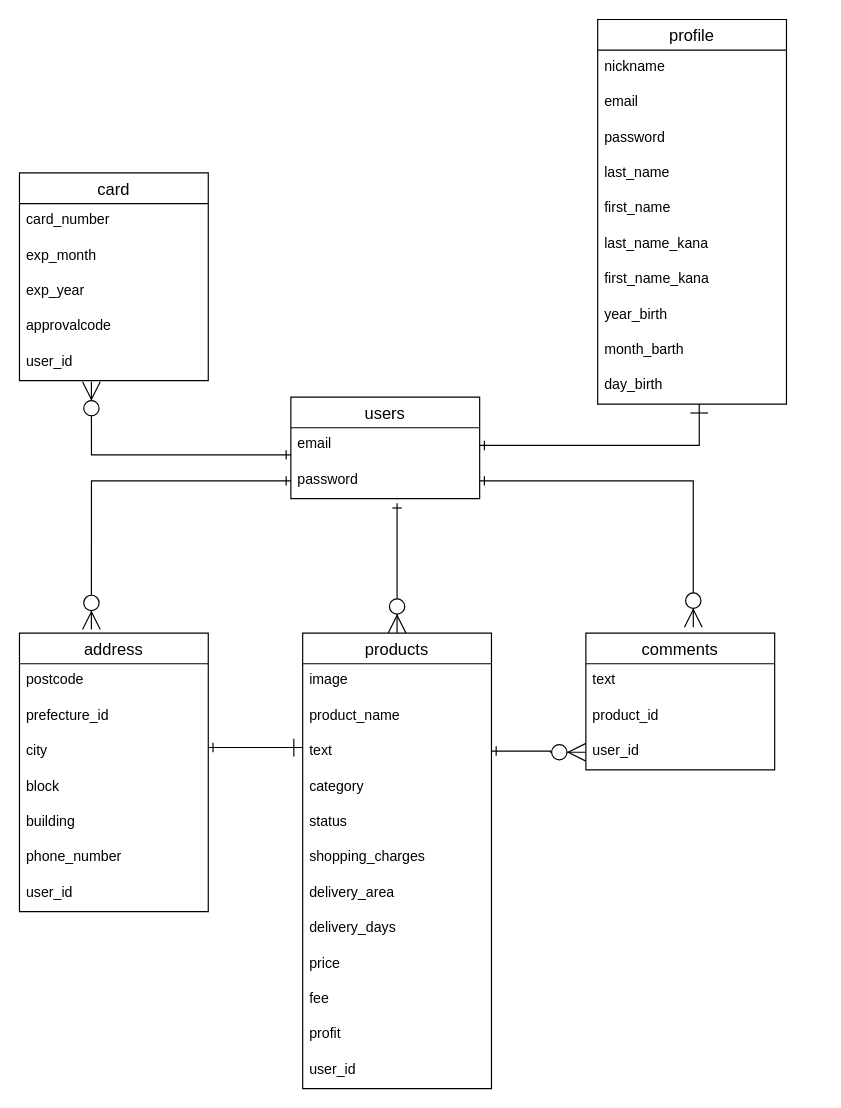
The draw.io diagram furima_ER.dio in taro0712/furima-34959, before the edit. Source tidied: cells renumbered, new cells numbered last; positions are measured from the earlier drawing's top-left corner, leaving out a move shared by most shapes. Both pictures are drawn from the tidied source at 118%, with x=0, y=0 at pixel (19, 19).
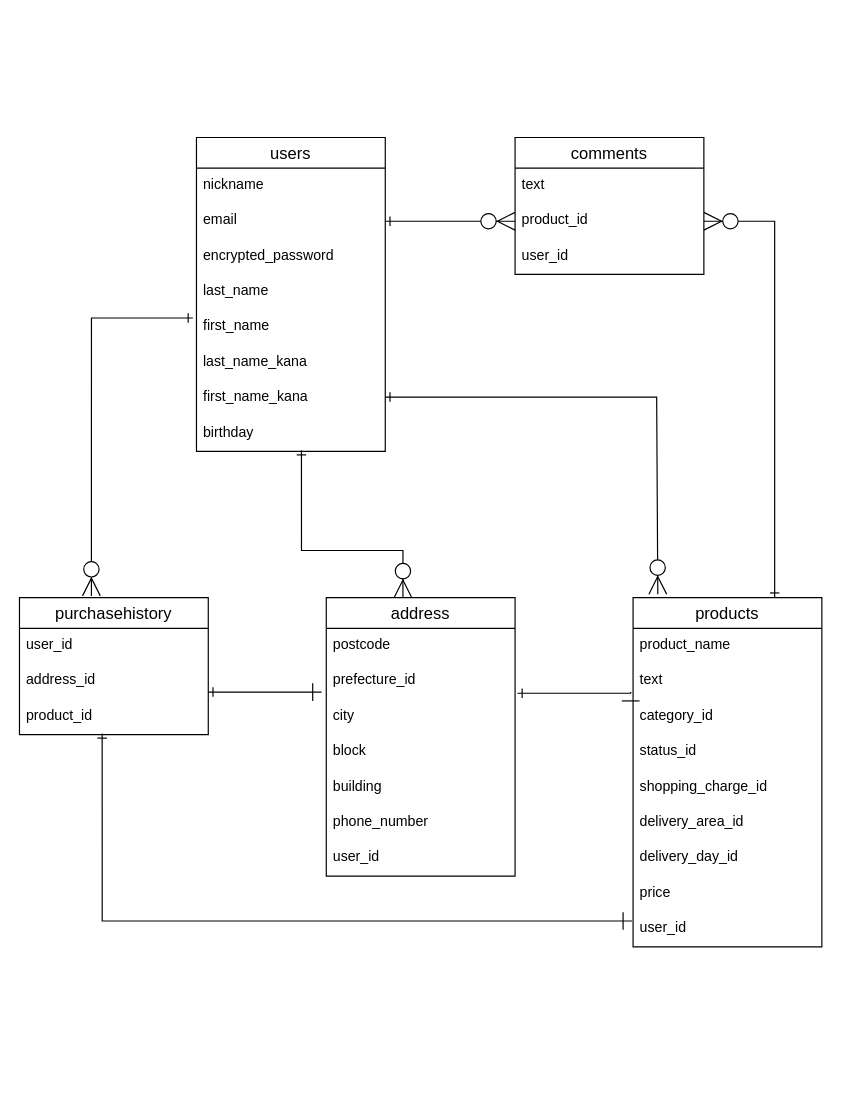
After the change.

Commit message (it also covers changes not shown here):
1回目14件の指摘修正

The change refers to these unchanged cells:
```xml
<mxCell id="34" value="product_id" style="text;strokeColor=none;fillColor=none;spacingLeft=4;spacingRight=4;overflow=hidden;points=[[0,0.5],[1,0.5]];portConstraint=eastwest;fontSize=12;" parent="32" vertex="1">
  <mxGeometry y="56" width="160" height="30" as="geometry" />
</mxCell>
<mxCell id="35" value="user_id" style="text;strokeColor=none;fillColor=none;spacingLeft=4;spacingRight=4;overflow=hidden;points=[[0,0.5],[1,0.5]];portConstraint=eastwest;fontSize=12;" parent="32" vertex="1">
  <mxGeometry y="86" width="160" height="30" as="geometry" />
</mxCell>
```

Diff of the diagram source:
```diff
@@
-    <mxCell id="2" value="users" style="swimlane;fontStyle=0;horizontal=1;startSize=26;align=center;fontSize=14;" parent="1" vertex="1">
-      <mxGeometry x="230" y="320" width="160" height="86" as="geometry" />
-    </mxCell>
-    <mxCell id="3" value="email" style="text;strokeColor=none;fillColor=none;spacingLeft=4;spacingRight=4;overflow=hidden;points=[[0,0.5],[1,0.5]];portConstraint=eastwest;fontSize=12;" parent="2" vertex="1">
-      <mxGeometry y="26" width="160" height="30" as="geometry" />
-    </mxCell>
-    <mxCell id="4" value="password" style="text;strokeColor=none;fillColor=none;spacingLeft=4;spacingRight=4;overflow=hidden;points=[[0,0.5],[1,0.5]];portConstraint=eastwest;fontSize=12;" parent="2" vertex="1">
-      <mxGeometry y="56" width="160" height="30" as="geometry" />
-    </mxCell>
-    <mxCell id="5" value="card" style="swimlane;fontStyle=0;horizontal=1;startSize=26;align=center;fontSize=14;" parent="1" vertex="1">
-      <mxGeometry y="130" width="160" height="176" as="geometry" />
-    </mxCell>
-    <mxCell id="6" value="card_number" style="text;strokeColor=none;fillColor=none;spacingLeft=4;spacingRight=4;overflow=hidden;fontSize=12;" parent="5" vertex="1">
-      <mxGeometry y="26" width="160" height="30" as="geometry" />
-    </mxCell>
-    <mxCell id="7" value="exp_month" style="text;strokeColor=none;fillColor=none;spacingLeft=4;spacingRight=4;overflow=hidden;fontSize=12;" parent="5" vertex="1">
-      <mxGeometry y="56" width="160" height="30" as="geometry" />
-    </mxCell>
-    <mxCell id="8" value="exp_year" style="text;strokeColor=none;fillColor=none;spacingLeft=4;spacingRight=4;overflow=hidden;fontSize=12;" parent="5" vertex="1">
-      <mxGeometry y="86" width="160" height="30" as="geometry" />
-    </mxCell>
-    <mxCell id="9" value="approvalcode" style="text;strokeColor=none;fillColor=none;spacingLeft=4;spacingRight=4;overflow=hidden;fontSize=12;" parent="5" vertex="1">
-      <mxGeometry y="116" width="160" height="30" as="geometry" />
-    </mxCell>
-    <mxCell id="10" value="user_id" style="text;strokeColor=none;fillColor=none;spacingLeft=4;spacingRight=4;overflow=hidden;points=[[0,0.5],[1,0.5]];portConstraint=eastwest;fontSize=12;" parent="5" vertex="1">
-      <mxGeometry y="146" width="160" height="30" as="geometry" />
-    </mxCell>
-    <mxCell id="11" value="address" style="swimlane;fontStyle=0;horizontal=1;startSize=26;align=center;fontSize=14;" parent="1" vertex="1">
-      <mxGeometry y="520" width="160" height="236" as="geometry" />
+    <mxCell id="11" value="purchasehistory" style="swimlane;fontStyle=0;horizontal=1;startSize=26;align=center;fontSize=14;" parent="1" vertex="1">
+      <mxGeometry y="490" width="160" height="116" as="geometry" />
     </mxCell>
-    <mxCell id="12" value="postcode" style="text;strokeColor=none;fillColor=none;spacingLeft=4;spacingRight=4;overflow=hidden;fontSize=12;" parent="11" vertex="1">
+    <mxCell id="12" value="user_id" style="text;strokeColor=none;fillColor=none;spacingLeft=4;spacingRight=4;overflow=hidden;fontSize=12;" parent="11" vertex="1">
       <mxGeometry y="26" width="160" height="30" as="geometry" />
     </mxCell>
-    <mxCell id="13" value="prefecture_id" style="text;strokeColor=none;fillColor=none;spacingLeft=4;spacingRight=4;overflow=hidden;fontSize=12;" parent="11" vertex="1">
+    <mxCell id="13" value="address_id" style="text;strokeColor=none;fillColor=none;spacingLeft=4;spacingRight=4;overflow=hidden;fontSize=12;" parent="11" vertex="1">
       <mxGeometry y="56" width="160" height="30" as="geometry" />
     </mxCell>
-    <mxCell id="14" value="city" style="text;strokeColor=none;fillColor=none;spacingLeft=4;spacingRight=4;overflow=hidden;points=[[0,0.5],[1,0.5]];portConstraint=eastwest;fontSize=12;" parent="11" vertex="1">
+    <mxCell id="14" value="product_id" style="text;strokeColor=none;fillColor=none;spacingLeft=4;spacingRight=4;overflow=hidden;points=[[0,0.5],[1,0.5]];portConstraint=eastwest;fontSize=12;" parent="11" vertex="1">
       <mxGeometry y="86" width="160" height="30" as="geometry" />
     </mxCell>
-    <mxCell id="15" value="block" style="text;strokeColor=none;fillColor=none;spacingLeft=4;spacingRight=4;overflow=hidden;fontSize=12;" parent="11" vertex="1">
-      <mxGeometry y="116" width="160" height="30" as="geometry" />
-    </mxCell>
-    <mxCell id="16" value="building" style="text;strokeColor=none;fillColor=none;spacingLeft=4;spacingRight=4;overflow=hidden;fontSize=12;" parent="11" vertex="1">
-      <mxGeometry y="146" width="160" height="30" as="geometry" />
-    </mxCell>
-    <mxCell id="17" value="phone_number" style="text;strokeColor=none;fillColor=none;spacingLeft=4;spacingRight=4;overflow=hidden;fontSize=12;" parent="11" vertex="1">
-      <mxGeometry y="176" width="160" height="30" as="geometry" />
-    </mxCell>
-    <mxCell id="18" value="user_id" style="text;strokeColor=none;fillColor=none;spacingLeft=4;spacingRight=4;overflow=hidden;fontSize=12;" parent="11" vertex="1">
-      <mxGeometry y="206" width="160" height="30" as="geometry" />
-    </mxCell>
     <mxCell id="19" value="products" style="swimlane;fontStyle=0;horizontal=1;startSize=26;align=center;fontSize=14;" parent="1" vertex="1">
-      <mxGeometry x="240" y="520" width="160" height="386" as="geometry" />
+      <mxGeometry x="520" y="490" width="160" height="296" as="geometry" />
     </mxCell>
-    <mxCell id="20" value="image" style="text;strokeColor=none;fillColor=none;spacingLeft=4;spacingRight=4;overflow=hidden;fontSize=12;" parent="19" vertex="1">
-      <mxGeometry y="26" width="160" height="30" as="geometry" />
-    </mxCell>
     <mxCell id="21" value="product_name" style="text;strokeColor=none;fillColor=none;spacingLeft=4;spacingRight=4;overflow=hidden;fontSize=12;" parent="19" vertex="1">
-      <mxGeometry y="56" width="160" height="30" as="geometry" />
+      <mxGeometry y="26" width="160" height="30" as="geometry" />
     </mxCell>
     <mxCell id="22" value="text" style="text;strokeColor=none;fillColor=none;spacingLeft=4;spacingRight=4;overflow=hidden;points=[[0,0.5],[1,0.5]];portConstraint=eastwest;fontSize=12;" parent="19" vertex="1">
-      <mxGeometry y="86" width="160" height="30" as="geometry" />
+      <mxGeometry y="56" width="160" height="30" as="geometry" />
     </mxCell>
-    <mxCell id="23" value="category" style="text;strokeColor=none;fillColor=none;spacingLeft=4;spacingRight=4;overflow=hidden;fontSize=12;" parent="19" vertex="1">
-      <mxGeometry y="116" width="160" height="30" as="geometry" />
+    <mxCell id="23" value="category_id" style="text;strokeColor=none;fillColor=none;spacingLeft=4;spacingRight=4;overflow=hidden;fontSize=12;" parent="19" vertex="1">
+      <mxGeometry y="86" width="160" height="30" as="geometry" />
     </mxCell>
-    <mxCell id="24" value="status" style="text;strokeColor=none;fillColor=none;spacingLeft=4;spacingRight=4;overflow=hidden;fontSize=12;" parent="19" vertex="1">
-      <mxGeometry y="146" width="160" height="30" as="geometry" />
+    <mxCell id="24" value="status_id" style="text;strokeColor=none;fillColor=none;spacingLeft=4;spacingRight=4;overflow=hidden;fontSize=12;" parent="19" vertex="1">
+      <mxGeometry y="116" width="160" height="30" as="geometry" />
     </mxCell>
-    <mxCell id="25" value="shopping_charges" style="text;strokeColor=none;fillColor=none;spacingLeft=4;spacingRight=4;overflow=hidden;fontSize=12;" parent="19" vertex="1">
-      <mxGeometry y="176" width="160" height="30" as="geometry" />
+    <mxCell id="25" value="shopping_charge_id" style="text;strokeColor=none;fillColor=none;spacingLeft=4;spacingRight=4;overflow=hidden;fontSize=12;" parent="19" vertex="1">
+      <mxGeometry y="146" width="160" height="30" as="geometry" />
     </mxCell>
-    <mxCell id="26" value="delivery_area" style="text;strokeColor=none;fillColor=none;spacingLeft=4;spacingRight=4;overflow=hidden;fontSize=12;" parent="19" vertex="1">
-      <mxGeometry y="206" width="160" height="30" as="geometry" />
+    <mxCell id="26" value="delivery_area_id" style="text;strokeColor=none;fillColor=none;spacingLeft=4;spacingRight=4;overflow=hidden;fontSize=12;" parent="19" vertex="1">
+      <mxGeometry y="176" width="160" height="30" as="geometry" />
     </mxCell>
-    <mxCell id="27" value="delivery_days" style="text;strokeColor=none;fillColor=none;spacingLeft=4;spacingRight=4;overflow=hidden;fontSize=12;" parent="19" vertex="1">
-      <mxGeometry y="236" width="160" height="30" as="geometry" />
+    <mxCell id="27" value="delivery_day_id" style="text;strokeColor=none;fillColor=none;spacingLeft=4;spacingRight=4;overflow=hidden;fontSize=12;" parent="19" vertex="1">
+      <mxGeometry y="206" width="160" height="30" as="geometry" />
     </mxCell>
     <mxCell id="28" value="price" style="text;strokeColor=none;fillColor=none;spacingLeft=4;spacingRight=4;overflow=hidden;fontSize=12;" parent="19" vertex="1">
-      <mxGeometry y="266" width="160" height="30" as="geometry" />
+      <mxGeometry y="236" width="160" height="30" as="geometry" />
     </mxCell>
-    <mxCell id="29" value="fee" style="text;strokeColor=none;fillColor=none;spacingLeft=4;spacingRight=4;overflow=hidden;fontSize=12;" parent="19" vertex="1">
-      <mxGeometry y="296" width="160" height="30" as="geometry" />
-    </mxCell>
-    <mxCell id="30" value="profit" style="text;strokeColor=none;fillColor=none;spacingLeft=4;spacingRight=4;overflow=hidden;fontSize=12;" parent="19" vertex="1">
-      <mxGeometry y="326" width="160" height="30" as="geometry" />
-    </mxCell>
     <mxCell id="31" value="user_id" style="text;strokeColor=none;fillColor=none;spacingLeft=4;spacingRight=4;overflow=hidden;points=[[0,0.5],[1,0.5]];portConstraint=eastwest;fontSize=12;" parent="19" vertex="1">
-      <mxGeometry y="356" width="160" height="30" as="geometry" />
+      <mxGeometry y="266" width="160" height="30" as="geometry" />
     </mxCell>
     <mxCell id="32" value="comments" style="swimlane;fontStyle=0;horizontal=1;startSize=26;align=center;fontSize=14;" parent="1" vertex="1">
-      <mxGeometry x="480" y="520" width="160" height="116" as="geometry" />
+      <mxGeometry x="420" y="100" width="160" height="116" as="geometry" />
     </mxCell>
@@
-    <mxCell id="36" value="profile" style="swimlane;fontStyle=0;horizontal=1;startSize=26;align=center;fontSize=14;" parent="1" vertex="1">
-      <mxGeometry x="490" width="160" height="326" as="geometry" />
-    </mxCell>
+    <mxCell id="48" style="edgeStyle=segmentEdgeStyle;endArrow=ERzeroToMany;html=1;startSize=6;endSize=13;exitX=-0.019;exitY=0.233;exitDx=0;exitDy=0;entryX=0.381;entryY=-0.013;entryDx=0;entryDy=0;entryPerimeter=0;rounded=0;endFill=1;startArrow=ERone;startFill=0;exitPerimeter=0;" parent="1" edge="1" source="41" target="11">
+      <mxGeometry relative="1" as="geometry" />
+    </mxCell>
+    <mxCell id="52" style="edgeStyle=segmentEdgeStyle;endArrow=ERone;html=1;startSize=6;endSize=13;exitX=1;exitY=-0.067;exitDx=0;exitDy=0;rounded=0;endFill=0;startArrow=ERone;startFill=0;exitPerimeter=0;entryX=-0.025;entryY=0.767;entryDx=0;entryDy=0;entryPerimeter=0;" parent="1" edge="1" target="58">
+      <mxGeometry relative="1" as="geometry">
+        <mxPoint x="160" y="570" as="sourcePoint" />
+      </mxGeometry>
+    </mxCell>
+    <mxCell id="2" value="users" style="swimlane;fontStyle=0;horizontal=1;startSize=26;align=center;fontSize=14;" parent="1" vertex="1">
+      <mxGeometry x="150" y="100" width="160" height="266" as="geometry" />
+    </mxCell>
-    <mxCell id="37" value="nickname" style="text;strokeColor=none;fillColor=none;spacingLeft=4;spacingRight=4;overflow=hidden;fontSize=12;" parent="36" vertex="1">
+    <mxCell id="37" value="nickname" style="text;strokeColor=none;fillColor=none;spacingLeft=4;spacingRight=4;overflow=hidden;fontSize=12;" parent="2" vertex="1">
       <mxGeometry y="26" width="160" height="30" as="geometry" />
     </mxCell>
-    <mxCell id="38" value="email" style="text;strokeColor=none;fillColor=none;spacingLeft=4;spacingRight=4;overflow=hidden;points=[[0,0.5],[1,0.5]];portConstraint=eastwest;fontSize=12;" parent="36" vertex="1">
+    <mxCell id="38" value="email" style="text;strokeColor=none;fillColor=none;spacingLeft=4;spacingRight=4;overflow=hidden;points=[[0,0.5],[1,0.5]];portConstraint=eastwest;fontSize=12;" parent="2" vertex="1">
       <mxGeometry y="56" width="160" height="30" as="geometry" />
     </mxCell>
-    <mxCell id="39" value="password" style="text;strokeColor=none;fillColor=none;spacingLeft=4;spacingRight=4;overflow=hidden;fontSize=12;" parent="36" vertex="1">
-      <mxGeometry y="86" width="160" height="30" as="geometry" />
-    </mxCell>
+    <mxCell id="54" value="encrypted_password" style="text;strokeColor=none;fillColor=none;spacingLeft=4;spacingRight=4;overflow=hidden;fontSize=12;" parent="2" vertex="1">
+      <mxGeometry y="86" width="160" height="30" as="geometry" />
+    </mxCell>
-    <mxCell id="40" value="last_name" style="text;strokeColor=none;fillColor=none;spacingLeft=4;spacingRight=4;overflow=hidden;fontSize=12;" parent="36" vertex="1">
+    <mxCell id="40" value="last_name" style="text;strokeColor=none;fillColor=none;spacingLeft=4;spacingRight=4;overflow=hidden;fontSize=12;" parent="2" vertex="1">
       <mxGeometry y="116" width="160" height="30" as="geometry" />
     </mxCell>
-    <mxCell id="41" value="first_name" style="text;strokeColor=none;fillColor=none;spacingLeft=4;spacingRight=4;overflow=hidden;points=[[0,0.5],[1,0.5]];portConstraint=eastwest;fontSize=12;" parent="36" vertex="1">
+    <mxCell id="41" value="first_name" style="text;strokeColor=none;fillColor=none;spacingLeft=4;spacingRight=4;overflow=hidden;points=[[0,0.5],[1,0.5]];portConstraint=eastwest;fontSize=12;" parent="2" vertex="1">
       <mxGeometry y="146" width="160" height="30" as="geometry" />
     </mxCell>
-    <mxCell id="42" value="last_name_kana" style="text;strokeColor=none;fillColor=none;spacingLeft=4;spacingRight=4;overflow=hidden;fontSize=12;" parent="36" vertex="1">
+    <mxCell id="42" value="last_name_kana" style="text;strokeColor=none;fillColor=none;spacingLeft=4;spacingRight=4;overflow=hidden;fontSize=12;" parent="2" vertex="1">
       <mxGeometry y="176" width="160" height="30" as="geometry" />
     </mxCell>
-    <mxCell id="43" value="first_name_kana" style="text;strokeColor=none;fillColor=none;spacingLeft=4;spacingRight=4;overflow=hidden;fontSize=12;" parent="36" vertex="1">
+    <mxCell id="43" value="first_name_kana" style="text;strokeColor=none;fillColor=none;spacingLeft=4;spacingRight=4;overflow=hidden;fontSize=12;" parent="2" vertex="1">
       <mxGeometry y="206" width="160" height="30" as="geometry" />
     </mxCell>
-    <mxCell id="44" value="year_birth" style="text;strokeColor=none;fillColor=none;spacingLeft=4;spacingRight=4;overflow=hidden;fontSize=12;" parent="36" vertex="1">
-      <mxGeometry y="236" width="160" height="30" as="geometry" />
-    </mxCell>
-    <mxCell id="45" value="month_barth" style="text;strokeColor=none;fillColor=none;spacingLeft=4;spacingRight=4;overflow=hidden;fontSize=12;" parent="36" vertex="1">
-      <mxGeometry y="266" width="160" height="30" as="geometry" />
-    </mxCell>
-    <mxCell id="46" value="day_birth" style="text;strokeColor=none;fillColor=none;spacingLeft=4;spacingRight=4;overflow=hidden;points=[[0,0.5],[1,0.5]];portConstraint=eastwest;fontSize=12;" parent="36" vertex="1">
-      <mxGeometry y="296" width="160" height="30" as="geometry" />
-    </mxCell>
-    <mxCell id="47" style="edgeStyle=segmentEdgeStyle;endArrow=ERzeroToMany;html=1;startSize=6;endSize=13;entryX=0.381;entryY=1.033;entryDx=0;entryDy=0;entryPerimeter=0;rounded=0;endFill=1;startArrow=ERone;startFill=0;" parent="1" edge="1" target="10">
-      <mxGeometry relative="1" as="geometry">
-        <mxPoint x="230" y="369" as="sourcePoint" />
-      </mxGeometry>
-    </mxCell>
-    <mxCell id="48" style="edgeStyle=segmentEdgeStyle;endArrow=ERzeroToMany;html=1;startSize=6;endSize=13;exitX=0;exitY=0.5;exitDx=0;exitDy=0;entryX=0.381;entryY=-0.013;entryDx=0;entryDy=0;entryPerimeter=0;rounded=0;endFill=1;startArrow=ERone;startFill=0;" parent="1" edge="1" source="4" target="11">
-      <mxGeometry relative="1" as="geometry" />
-    </mxCell>
-    <mxCell id="49" style="edgeStyle=segmentEdgeStyle;endArrow=ERzeroToMany;html=1;startSize=6;endSize=13;rounded=0;endFill=1;startArrow=ERone;startFill=0;entryX=0.5;entryY=0;entryDx=0;entryDy=0;" parent="1" edge="1" target="19">
-      <mxGeometry relative="1" as="geometry">
-        <mxPoint x="320" y="410" as="sourcePoint" />
-      </mxGeometry>
-    </mxCell>
-    <mxCell id="50" style="edgeStyle=segmentEdgeStyle;endArrow=ERone;html=1;startSize=6;endSize=13;exitX=1;exitY=0.5;exitDx=0;exitDy=0;entryX=0.538;entryY=1;entryDx=0;entryDy=0;entryPerimeter=0;rounded=0;endFill=0;startArrow=ERone;startFill=0;" parent="1" edge="1" source="3" target="46">
-      <mxGeometry relative="1" as="geometry" />
-    </mxCell>
-    <mxCell id="51" style="edgeStyle=segmentEdgeStyle;endArrow=ERzeroToMany;html=1;startSize=6;endSize=13;exitX=1;exitY=0.5;exitDx=0;exitDy=0;entryX=0.569;entryY=-0.043;entryDx=0;entryDy=0;entryPerimeter=0;rounded=0;endFill=1;startArrow=ERone;startFill=0;" parent="1" edge="1" source="4" target="32">
-      <mxGeometry relative="1" as="geometry" />
-    </mxCell>
-    <mxCell id="52" style="edgeStyle=segmentEdgeStyle;endArrow=ERone;html=1;startSize=6;endSize=13;exitX=1;exitY=-0.067;exitDx=0;exitDy=0;rounded=0;endFill=0;startArrow=ERone;startFill=0;exitPerimeter=0;" parent="1" edge="1">
-      <mxGeometry relative="1" as="geometry">
-        <mxPoint x="160" y="617" as="sourcePoint" />
-        <mxPoint x="240" y="617" as="targetPoint" />
-      </mxGeometry>
-    </mxCell>
-    <mxCell id="53" style="edgeStyle=segmentEdgeStyle;endArrow=ERzeroToMany;html=1;startSize=6;endSize=13;rounded=0;endFill=1;startArrow=ERone;startFill=0;entryX=0;entryY=0.5;entryDx=0;entryDy=0;" parent="1" edge="1" source="22" target="35">
-      <mxGeometry relative="1" as="geometry">
-        <Array as="points">
-          <mxPoint x="450" y="620" />
-        </Array>
-      </mxGeometry>
-    </mxCell>
+    <mxCell id="55" value="birthday" style="text;strokeColor=none;fillColor=none;spacingLeft=4;spacingRight=4;overflow=hidden;points=[[0,0.5],[1,0.5]];portConstraint=eastwest;fontSize=12;" parent="2" vertex="1">
+      <mxGeometry y="236" width="160" height="30" as="geometry" />
+    </mxCell>
+    <mxCell id="56" value="address" style="swimlane;fontStyle=0;horizontal=1;startSize=26;align=center;fontSize=14;" parent="1" vertex="1">
+      <mxGeometry x="260" y="490" width="160" height="236" as="geometry" />
+    </mxCell>
+    <mxCell id="57" value="postcode" style="text;strokeColor=none;fillColor=none;spacingLeft=4;spacingRight=4;overflow=hidden;fontSize=12;" parent="56" vertex="1">
+      <mxGeometry y="26" width="160" height="30" as="geometry" />
+    </mxCell>
+    <mxCell id="58" value="prefecture_id" style="text;strokeColor=none;fillColor=none;spacingLeft=4;spacingRight=4;overflow=hidden;points=[[0,0.5],[1,0.5]];portConstraint=eastwest;fontSize=12;" parent="56" vertex="1">
+      <mxGeometry y="56" width="160" height="30" as="geometry" />
+    </mxCell>
+    <mxCell id="59" value="city" style="text;strokeColor=none;fillColor=none;spacingLeft=4;spacingRight=4;overflow=hidden;fontSize=12;" parent="56" vertex="1">
+      <mxGeometry y="86" width="160" height="30" as="geometry" />
+    </mxCell>
+    <mxCell id="15" value="block" style="text;strokeColor=none;fillColor=none;spacingLeft=4;spacingRight=4;overflow=hidden;fontSize=12;" parent="56" vertex="1">
+      <mxGeometry y="116" width="160" height="30" as="geometry" />
+    </mxCell>
+    <mxCell id="16" value="building" style="text;strokeColor=none;fillColor=none;spacingLeft=4;spacingRight=4;overflow=hidden;fontSize=12;" parent="56" vertex="1">
+      <mxGeometry y="146" width="160" height="30" as="geometry" />
+    </mxCell>
+    <mxCell id="17" value="phone_number" style="text;strokeColor=none;fillColor=none;spacingLeft=4;spacingRight=4;overflow=hidden;fontSize=12;" parent="56" vertex="1">
+      <mxGeometry y="176" width="160" height="30" as="geometry" />
+    </mxCell>
+    <mxCell id="18" value="user_id" style="text;strokeColor=none;fillColor=none;spacingLeft=4;spacingRight=4;overflow=hidden;fontSize=12;" parent="56" vertex="1">
+      <mxGeometry y="206" width="160" height="30" as="geometry" />
+    </mxCell>
+    <mxCell id="60" style="edgeStyle=segmentEdgeStyle;endArrow=ERzeroToMany;html=1;startSize=6;endSize=13;exitX=1;exitY=0.5;exitDx=0;exitDy=0;entryX=0;entryY=0.5;entryDx=0;entryDy=0;rounded=0;endFill=1;startArrow=ERone;startFill=0;" parent="1" edge="1" source="38" target="34">
+      <mxGeometry relative="1" as="geometry" />
+    </mxCell>
+    <mxCell id="61" style="edgeStyle=segmentEdgeStyle;endArrow=ERzeroToMany;html=1;startSize=6;endSize=13;exitX=0.556;exitY=0.967;exitDx=0;exitDy=0;rounded=0;endFill=1;startArrow=ERone;startFill=0;exitPerimeter=0;entryX=0.406;entryY=0;entryDx=0;entryDy=0;entryPerimeter=0;" parent="1" edge="1" source="55" target="56">
+      <mxGeometry relative="1" as="geometry">
+        <Array as="points">
+          <mxPoint x="239" y="450" />
+          <mxPoint x="325" y="450" />
+        </Array>
+      </mxGeometry>
+    </mxCell>
+    <mxCell id="62" style="edgeStyle=segmentEdgeStyle;endArrow=ERzeroToMany;html=1;startSize=6;endSize=13;rounded=0;endFill=1;startArrow=ERone;startFill=0;entryX=0.131;entryY=-0.01;entryDx=0;entryDy=0;entryPerimeter=0;" parent="1" edge="1" target="19">
+      <mxGeometry relative="1" as="geometry">
+        <mxPoint x="310" y="320" as="sourcePoint" />
+        <Array as="points">
+          <mxPoint x="540" y="320" />
+        </Array>
+      </mxGeometry>
+    </mxCell>
+    <mxCell id="63" style="edgeStyle=segmentEdgeStyle;endArrow=ERzeroToMany;html=1;startSize=6;endSize=13;rounded=0;endFill=1;startArrow=ERone;startFill=0;entryX=1;entryY=0.5;entryDx=0;entryDy=0;exitX=0.75;exitY=0;exitDx=0;exitDy=0;" parent="1" edge="1" source="19" target="34">
+      <mxGeometry relative="1" as="geometry">
+        <Array as="points">
+          <mxPoint x="640" y="171" />
+        </Array>
+      </mxGeometry>
+    </mxCell>
+    <mxCell id="64" style="edgeStyle=segmentEdgeStyle;endArrow=ERone;html=1;startSize=6;endSize=13;exitX=1;exitY=-0.067;exitDx=0;exitDy=0;rounded=0;endFill=0;startArrow=ERone;startFill=0;exitPerimeter=0;entryX=-0.025;entryY=0.767;entryDx=0;entryDy=0;entryPerimeter=0;" parent="1" edge="1">
+      <mxGeometry relative="1" as="geometry">
+        <mxPoint x="422" y="571" as="sourcePoint" />
+        <mxPoint x="518" y="570" as="targetPoint" />
+      </mxGeometry>
+    </mxCell>
+    <mxCell id="65" style="edgeStyle=segmentEdgeStyle;endArrow=ERone;html=1;startSize=6;endSize=13;rounded=0;exitX=0.438;exitY=0.967;exitDx=0;exitDy=0;exitPerimeter=0;entryX=-0.006;entryY=0.267;entryDx=0;entryDy=0;entryPerimeter=0;endFill=0;startArrow=ERone;startFill=0;" parent="1" edge="1" source="14" target="31">
+      <mxGeometry relative="1" as="geometry">
+        <Array as="points">
+          <mxPoint x="70" y="764" />
+        </Array>
+      </mxGeometry>
+    </mxCell>
```
